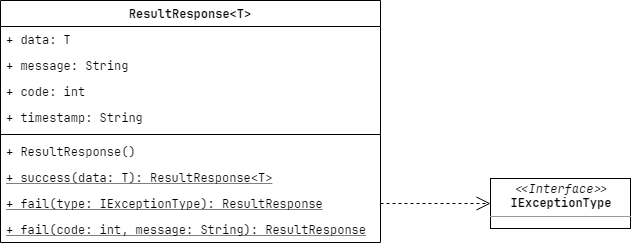
Earlier version of the draw.io export design/迭代一/resource/image/结果集封装.png (hellovie/online-article-reading-platform). Source tidied: cells renumbered, new cells last; positions are measured from the earlier drawing's top-left corner, leaving out a move shared by most shapes.
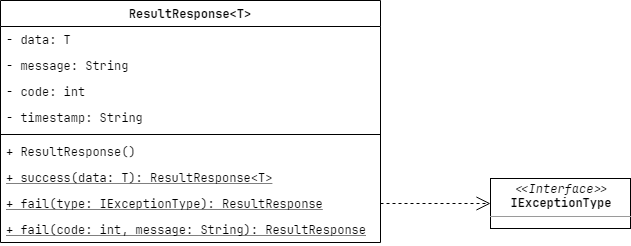
Above is the later version.

Commit message:
docs(V1.0/迭代一): 系统数据传输架构添加类图说明

What changed in the source:
```diff
@@ -8,16 +8,16 @@
     <mxCell id="3" value="ResultResponse&lt;T&gt;" style="swimlane;fontStyle=1;align=center;verticalAlign=top;horizontal=1;startSize=26;fontFamily=JetBrains Mono;" parent="1" vertex="1">
       <mxGeometry width="380" height="242" as="geometry" />
     </mxCell>
-    <mxCell id="4" value="+ data: T" style="text;strokeColor=none;fillColor=none;align=left;verticalAlign=top;spacingLeft=4;spacingRight=4;overflow=hidden;fontFamily=JetBrains Mono;" parent="3" vertex="1">
+    <mxCell id="4" value="- data: T" style="text;strokeColor=none;fillColor=none;align=left;verticalAlign=top;spacingLeft=4;spacingRight=4;overflow=hidden;fontFamily=JetBrains Mono;" parent="3" vertex="1">
       <mxGeometry y="26" width="380" height="26" as="geometry" />
     </mxCell>
-    <mxCell id="5" value="+ message: String" style="text;strokeColor=none;fillColor=none;align=left;verticalAlign=top;spacingLeft=4;spacingRight=4;overflow=hidden;fontFamily=JetBrains Mono;" parent="3" vertex="1">
+    <mxCell id="5" value="- message: String" style="text;strokeColor=none;fillColor=none;align=left;verticalAlign=top;spacingLeft=4;spacingRight=4;overflow=hidden;fontFamily=JetBrains Mono;" parent="3" vertex="1">
       <mxGeometry y="52" width="380" height="26" as="geometry" />
     </mxCell>
-    <mxCell id="6" value="+ code: int" style="text;strokeColor=none;fillColor=none;align=left;verticalAlign=top;spacingLeft=4;spacingRight=4;overflow=hidden;fontFamily=JetBrains Mono;" parent="3" vertex="1">
+    <mxCell id="6" value="- code: int" style="text;strokeColor=none;fillColor=none;align=left;verticalAlign=top;spacingLeft=4;spacingRight=4;overflow=hidden;fontFamily=JetBrains Mono;" parent="3" vertex="1">
       <mxGeometry y="78" width="380" height="26" as="geometry" />
     </mxCell>
-    <mxCell id="7" value="+ timestamp: String" style="text;strokeColor=none;fillColor=none;align=left;verticalAlign=top;spacingLeft=4;spacingRight=4;overflow=hidden;fontFamily=JetBrains Mono;" parent="3" vertex="1">
+    <mxCell id="7" value="- timestamp: String" style="text;strokeColor=none;fillColor=none;align=left;verticalAlign=top;spacingLeft=4;spacingRight=4;overflow=hidden;fontFamily=JetBrains Mono;" parent="3" vertex="1">
       <mxGeometry y="104" width="380" height="26" as="geometry" />
     </mxCell>
     <mxCell id="8" style="line;strokeWidth=1;fillColor=none;align=left;verticalAlign=middle;spacingTop=-1;spacingLeft=3;spacingRight=3;labelPosition=right;fontFamily=JetBrains Mono;" parent="3" vertex="1">
```
